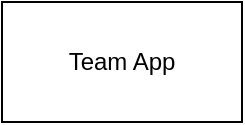
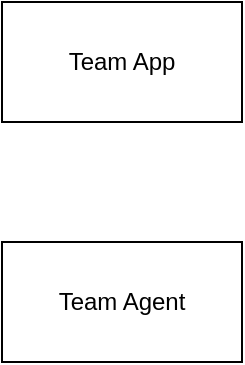
<mxfile host="app.diagrams.net" agent="Mozilla/5.0 (Macintosh; Intel Mac OS X 10_15_7) AppleWebKit/537.36 (KHTML, like Gecko) Chrome/114.0.0.0 Safari/537.36">
  <diagram name="Page-1" id="_EKFWRrgA-58Xb7w4iIu">
    <mxGraphModel dx="1034" dy="777" grid="1" gridSize="10" guides="1" tooltips="1" connect="1" arrows="1" fold="1" page="1" pageScale="1" pageWidth="1600" pageHeight="1715" math="0" shadow="0">
      <root>
        <mxCell id="0" />
        <mxCell id="1" parent="0" />
        <mxCell id="DDC-FKhIysPGOjN-8KM4-1" parent="1" style="rounded=0;whiteSpace=wrap;html=1;" value="Team App" vertex="1">
          <mxGeometry height="60" width="120" x="250" y="150" as="geometry" />
        </mxCell>
+         <mxCell id="DDC-FKhIysPGOjN-8KM4-2" parent="1" style="rounded=0;whiteSpace=wrap;html=1;" value="Team Agent" vertex="1">
+           <mxGeometry height="60" width="120" x="250" y="270" as="geometry" />
+         </mxCell>
      </root>
    </mxGraphModel>
  </diagram>
</mxfile>
